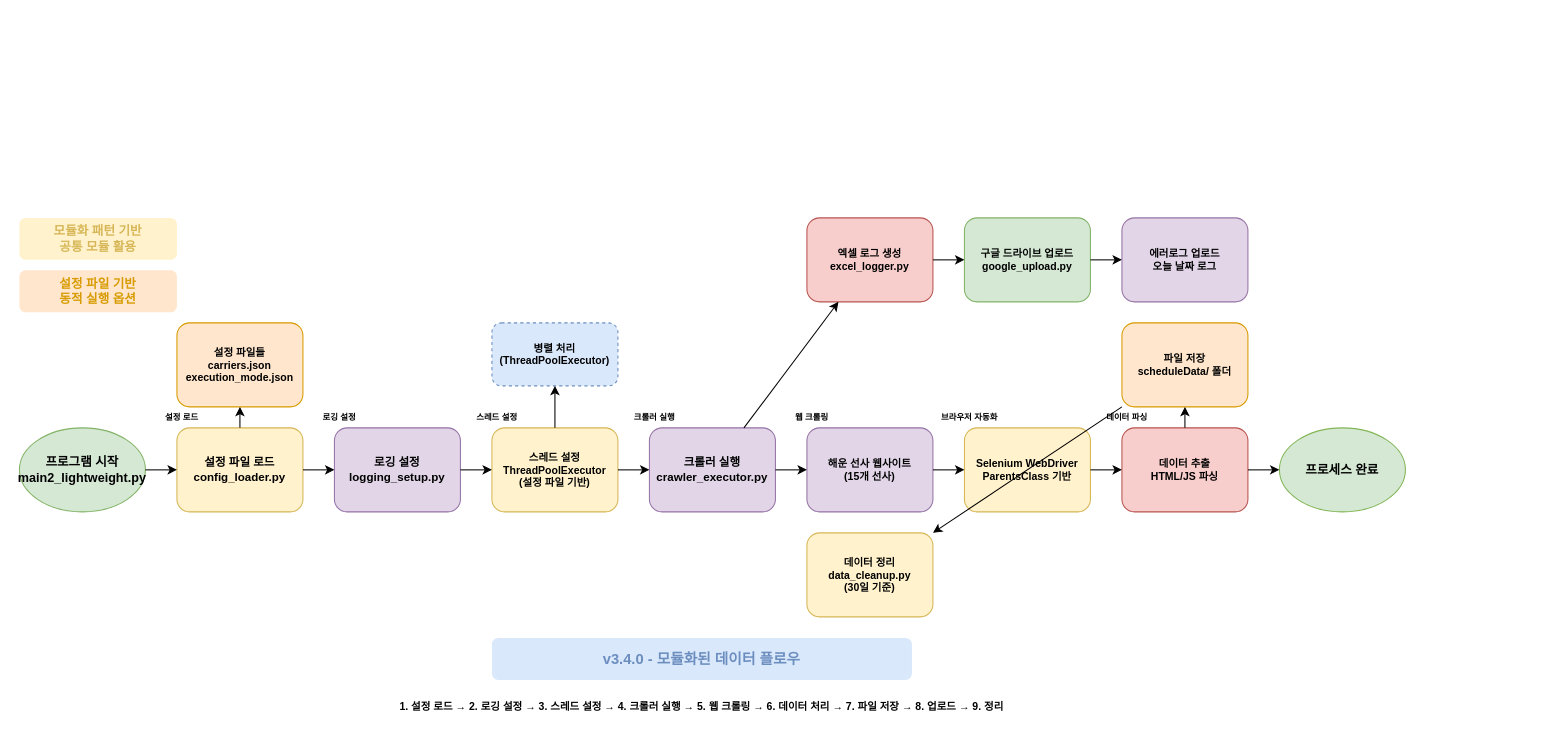
Above: dataFlow.drawio in Binkoon/RPA_Crawling (draw.io), before the change. Source tidied: cells renumbered, new cells numbered last; positions are measured from the earlier drawing's top-left corner, leaving out a move shared by most shapes. Both pictures are drawn from the tidied source at 105%, with x=0, y=0 at pixel (19, 217).
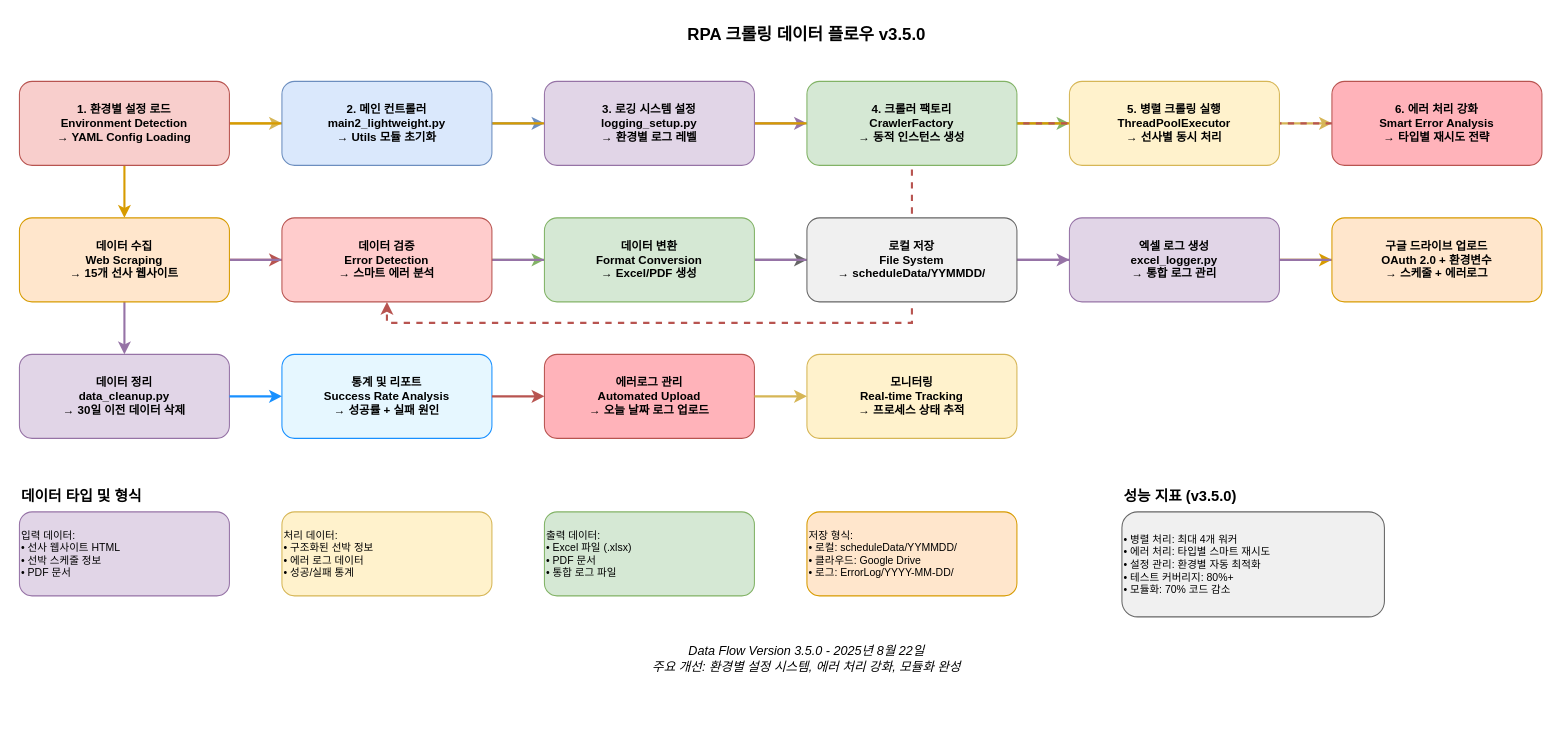
The same diagram, later.

The edit, as a diff of the source:
```diff
@@
-    <mxCell id="2" value="프로그램 시작&#10;main2_lightweight.py" style="ellipse;whiteSpace=wrap;html=1;fillColor=#d5e8d4;strokeColor=#82b366;fontSize=12;fontStyle=1;" parent="1" vertex="1">
-      <mxGeometry y="200" width="120" height="80" as="geometry" />
-    </mxCell>
-    <mxCell id="3" value="설정 파일 로드&#10;config_loader.py" style="rounded=1;whiteSpace=wrap;html=1;fillColor=#fff2cc;strokeColor=#d6b656;fontSize=11;fontStyle=1;" parent="1" vertex="1">
-      <mxGeometry x="150" y="200" width="120" height="80" as="geometry" />
-    </mxCell>
-    <mxCell id="4" value="설정 파일들&#10;carriers.json&#10;execution_mode.json" style="rounded=1;whiteSpace=wrap;html=1;fillColor=#ffe6cc;strokeColor=#d79b00;fontSize=10;fontStyle=1;" parent="1" vertex="1">
-      <mxGeometry x="150" y="100" width="120" height="80" as="geometry" />
-    </mxCell>
-    <mxCell id="5" value="로깅 설정&#10;logging_setup.py" style="rounded=1;whiteSpace=wrap;html=1;fillColor=#e1d5e7;strokeColor=#9673a6;fontSize=11;fontStyle=1;" parent="1" vertex="1">
-      <mxGeometry x="300" y="200" width="120" height="80" as="geometry" />
-    </mxCell>
-    <mxCell id="6" value="스레드 설정&#10;ThreadPoolExecutor&#10;(설정 파일 기반)" style="rounded=1;whiteSpace=wrap;html=1;fillColor=#fff2cc;strokeColor=#d6b656;fontSize=10;fontStyle=1;" parent="1" vertex="1">
-      <mxGeometry x="450" y="200" width="120" height="80" as="geometry" />
-    </mxCell>
-    <mxCell id="7" value="크롤러 실행&#10;crawler_executor.py" style="rounded=1;whiteSpace=wrap;html=1;fillColor=#e1d5e7;strokeColor=#9673a6;fontSize=11;fontStyle=1;" parent="1" vertex="1">
-      <mxGeometry x="600" y="200" width="120" height="80" as="geometry" />
-    </mxCell>
-    <mxCell id="8" value="해운 선사 웹사이트&#10;(15개 선사)" style="rounded=1;whiteSpace=wrap;html=1;fillColor=#e1d5e7;strokeColor=#9673a6;fontSize=10;fontStyle=1;" parent="1" vertex="1">
-      <mxGeometry x="750" y="200" width="120" height="80" as="geometry" />
-    </mxCell>
-    <mxCell id="9" value="Selenium WebDriver&#10;ParentsClass 기반" style="rounded=1;whiteSpace=wrap;html=1;fillColor=#fff2cc;strokeColor=#d6b656;fontSize=10;fontStyle=1;" parent="1" vertex="1">
-      <mxGeometry x="900" y="200" width="120" height="80" as="geometry" />
-    </mxCell>
-    <mxCell id="10" value="데이터 추출&#10;HTML/JS 파싱" style="rounded=1;whiteSpace=wrap;html=1;fillColor=#f8cecc;strokeColor=#b85450;fontSize=10;fontStyle=1;" parent="1" vertex="1">
-      <mxGeometry x="1050" y="200" width="120" height="80" as="geometry" />
-    </mxCell>
-    <mxCell id="11" value="파일 저장&#10;scheduleData/ 폴더" style="rounded=1;whiteSpace=wrap;html=1;fillColor=#ffe6cc;strokeColor=#d79b00;fontSize=10;fontStyle=1;" parent="1" vertex="1">
-      <mxGeometry x="1050" y="100" width="120" height="80" as="geometry" />
-    </mxCell>
+    <mxCell id="44" value="RPA 크롤링 데이터 플로우 v3.5.0" style="text;html=1;strokeColor=none;fillColor=none;align=center;verticalAlign=middle;whiteSpace=wrap;rounded=0;fontSize=16;fontStyle=1;" parent="1" vertex="1">
+      <mxGeometry x="600" y="-190" width="300" height="30" as="geometry" />
+    </mxCell>
+    <mxCell id="15" value="데이터 정리&#10;data_cleanup.py&#10;→ 30일 이전 데이터 삭제" style="rounded=1;whiteSpace=wrap;html=1;fillColor=#e1d5e7;strokeColor=#9673a6;fontSize=11;fontStyle=1;" parent="1" vertex="1">
+      <mxGeometry y="130" width="200" height="80" as="geometry" />
+    </mxCell>
+    <mxCell id="45" value="통계 및 리포트&#10;Success Rate Analysis&#10;→ 성공률 + 실패 원인" style="rounded=1;whiteSpace=wrap;html=1;fillColor=#e6f7ff;strokeColor=#1890ff;fontSize=11;fontStyle=1;" parent="1" vertex="1">
+      <mxGeometry x="250" y="130" width="200" height="80" as="geometry" />
+    </mxCell>
+    <mxCell id="46" value="에러로그 관리&#10;Automated Upload&#10;→ 오늘 날짜 로그 업로드" style="rounded=1;whiteSpace=wrap;html=1;fillColor=#ffb3ba;strokeColor=#b85450;fontSize=11;fontStyle=1;" parent="1" vertex="1">
+      <mxGeometry x="500" y="130" width="200" height="80" as="geometry" />
+    </mxCell>
+    <mxCell id="47" value="모니터링&#10;Real-time Tracking&#10;→ 프로세스 상태 추적" style="rounded=1;whiteSpace=wrap;html=1;fillColor=#fff2cc;strokeColor=#d6b656;fontSize=11;fontStyle=1;" parent="1" vertex="1">
+      <mxGeometry x="750" y="130" width="200" height="80" as="geometry" />
+    </mxCell>
+    <mxCell id="48" style="edgeStyle=orthogonalEdgeStyle;rounded=0;jettySize=auto;html=1;entryX=0;entryY=0.5;entryDx=0;entryDy=0;strokeWidth=2;strokeColor=#d6b656;" parent="1" edge="1" source="70" target="71">
+      <mxGeometry relative="1" as="geometry" />
+    </mxCell>
+    <mxCell id="49" style="edgeStyle=orthogonalEdgeStyle;rounded=0;jettySize=auto;html=1;entryX=0;entryY=0.5;entryDx=0;entryDy=0;strokeWidth=2;strokeColor=#6c8ebf;" parent="1" edge="1" source="71" target="72">
+      <mxGeometry relative="1" as="geometry" />
+    </mxCell>
+    <mxCell id="50" style="edgeStyle=orthogonalEdgeStyle;rounded=0;jettySize=auto;html=1;entryX=0;entryY=0.5;entryDx=0;entryDy=0;strokeWidth=2;strokeColor=#9673a6;" parent="1" edge="1" source="72" target="73">
+      <mxGeometry relative="1" as="geometry" />
+    </mxCell>
+    <mxCell id="51" style="edgeStyle=orthogonalEdgeStyle;rounded=0;jettySize=auto;html=1;entryX=0;entryY=0.5;entryDx=0;entryDy=0;strokeWidth=2;strokeColor=#82b366;" parent="1" edge="1" source="73" target="74">
+      <mxGeometry relative="1" as="geometry" />
+    </mxCell>
+    <mxCell id="52" style="edgeStyle=orthogonalEdgeStyle;rounded=0;jettySize=auto;html=1;entryX=0;entryY=0.5;entryDx=0;entryDy=0;strokeWidth=2;strokeColor=#d6b656;" parent="1" edge="1" source="74" target="75">
+      <mxGeometry relative="1" as="geometry" />
+    </mxCell>
+    <mxCell id="53" style="edgeStyle=orthogonalEdgeStyle;rounded=0;jettySize=auto;html=1;entryX=0.5;entryY=0;entryDx=0;entryDy=0;strokeWidth=2;strokeColor=#d79b00;" parent="1" edge="1" source="74" target="76">
+      <mxGeometry relative="1" as="geometry" />
+    </mxCell>
+    <mxCell id="54" style="edgeStyle=orthogonalEdgeStyle;rounded=0;jettySize=auto;html=1;entryX=0;entryY=0.5;entryDx=0;entryDy=0;strokeWidth=2;strokeColor=#b85450;" parent="1" edge="1" source="76" target="77">
+      <mxGeometry relative="1" as="geometry" />
+    </mxCell>
+    <mxCell id="55" style="edgeStyle=orthogonalEdgeStyle;rounded=0;jettySize=auto;html=1;entryX=0;entryY=0.5;entryDx=0;entryDy=0;strokeWidth=2;strokeColor=#82b366;" parent="1" edge="1" source="77" target="78">
+      <mxGeometry relative="1" as="geometry" />
+    </mxCell>
+    <mxCell id="56" style="edgeStyle=orthogonalEdgeStyle;rounded=0;jettySize=auto;html=1;entryX=0;entryY=0.5;entryDx=0;entryDy=0;strokeWidth=2;strokeColor=#666666;" parent="1" edge="1" source="78" target="79">
+      <mxGeometry relative="1" as="geometry" />
+    </mxCell>
+    <mxCell id="57" style="edgeStyle=orthogonalEdgeStyle;rounded=0;jettySize=auto;html=1;entryX=0;entryY=0.5;entryDx=0;entryDy=0;strokeWidth=2;strokeColor=#9673a6;" parent="1" edge="1" source="79" target="12">
+      <mxGeometry relative="1" as="geometry" />
+    </mxCell>
+    <mxCell id="30" style="edgeStyle=orthogonalEdgeStyle;rounded=0;jettySize=auto;html=1;entryX=0;entryY=0.5;entryDx=0;entryDy=0;strokeWidth=2;strokeColor=#d79b00;" parent="1" edge="1" source="12" target="13">
+      <mxGeometry relative="1" as="geometry" />
+    </mxCell>
+    <mxCell id="58" style="edgeStyle=orthogonalEdgeStyle;rounded=0;jettySize=auto;html=1;entryX=0.5;entryY=0;entryDx=0;entryDy=0;strokeWidth=2;strokeColor=#9673a6;" parent="1" edge="1" source="13" target="15">
+      <mxGeometry relative="1" as="geometry" />
+    </mxCell>
+    <mxCell id="59" style="edgeStyle=orthogonalEdgeStyle;rounded=0;jettySize=auto;html=1;entryX=0;entryY=0.5;entryDx=0;entryDy=0;strokeWidth=2;strokeColor=#1890ff;" parent="1" edge="1" source="15" target="45">
+      <mxGeometry relative="1" as="geometry" />
+    </mxCell>
+    <mxCell id="60" style="edgeStyle=orthogonalEdgeStyle;rounded=0;jettySize=auto;html=1;entryX=0;entryY=0.5;entryDx=0;entryDy=0;strokeWidth=2;strokeColor=#b85450;" parent="1" edge="1" source="45" target="46">
+      <mxGeometry relative="1" as="geometry" />
+    </mxCell>
+    <mxCell id="61" style="edgeStyle=orthogonalEdgeStyle;rounded=0;jettySize=auto;html=1;entryX=0;entryY=0.5;entryDx=0;entryDy=0;strokeWidth=2;strokeColor=#d6b656;" parent="1" edge="1" source="46" target="47">
+      <mxGeometry relative="1" as="geometry" />
+    </mxCell>
+    <mxCell id="62" style="edgeStyle=orthogonalEdgeStyle;rounded=0;jettySize=auto;html=1;entryX=0.5;entryY=1;entryDx=0;entryDy=0;strokeWidth=2;strokeColor=#b85450;dashed=1;" parent="1" edge="1" source="75" target="77">
+      <mxGeometry relative="1" as="geometry" />
+    </mxCell>
+    <mxCell id="63" value="데이터 타입 및 형식" style="text;html=1;strokeColor=none;fillColor=none;align=left;verticalAlign=middle;whiteSpace=wrap;rounded=0;fontSize=14;fontStyle=1;" parent="1" vertex="1">
+      <mxGeometry y="250" width="200" height="30" as="geometry" />
+    </mxCell>
+    <mxCell id="64" value="입력 데이터:&#10;• 선사 웹사이트 HTML&#10;• 선박 스케줄 정보&#10;• PDF 문서" style="rounded=1;whiteSpace=wrap;html=1;fillColor=#e1d5e7;strokeColor=#9673a6;fontSize=10;align=left;" parent="1" vertex="1">
+      <mxGeometry y="280" width="200" height="80" as="geometry" />
+    </mxCell>
+    <mxCell id="65" value="처리 데이터:&#10;• 구조화된 선박 정보&#10;• 에러 로그 데이터&#10;• 성공/실패 통계" style="rounded=1;whiteSpace=wrap;html=1;fillColor=#fff2cc;strokeColor=#d6b656;fontSize=10;align=left;" parent="1" vertex="1">
+      <mxGeometry x="250" y="280" width="200" height="80" as="geometry" />
+    </mxCell>
+    <mxCell id="66" value="출력 데이터:&#10;• Excel 파일 (.xlsx)&#10;• PDF 문서&#10;• 통합 로그 파일" style="rounded=1;whiteSpace=wrap;html=1;fillColor=#d5e8d4;strokeColor=#82b366;fontSize=10;align=left;" parent="1" vertex="1">
+      <mxGeometry x="500" y="280" width="200" height="80" as="geometry" />
+    </mxCell>
+    <mxCell id="67" value="저장 형식:&#10;• 로컬: scheduleData/YYMMDD/&#10;• 클라우드: Google Drive&#10;• 로그: ErrorLog/YYYY-MM-DD/" style="rounded=1;whiteSpace=wrap;html=1;fillColor=#ffe6cc;strokeColor=#d79b00;fontSize=10;align=left;" parent="1" vertex="1">
+      <mxGeometry x="750" y="280" width="200" height="80" as="geometry" />
+    </mxCell>
+    <mxCell id="68" value="성능 지표 (v3.5.0)" style="text;html=1;strokeColor=none;fillColor=none;align=left;verticalAlign=middle;whiteSpace=wrap;rounded=0;fontSize=14;fontStyle=1;" parent="1" vertex="1">
+      <mxGeometry x="1050" y="250" width="200" height="30" as="geometry" />
+    </mxCell>
+    <mxCell id="69" value="• 병렬 처리: 최대 4개 워커&#10;• 에러 처리: 타입별 스마트 재시도&#10;• 설정 관리: 환경별 자동 최적화&#10;• 테스트 커버리지: 80%+&#10;• 모듈화: 70% 코드 감소" style="rounded=1;whiteSpace=wrap;html=1;fillColor=#f0f0f0;strokeColor=#666666;fontSize=10;align=left;" parent="1" vertex="1">
+      <mxGeometry x="1050" y="280" width="250" height="100" as="geometry" />
+    </mxCell>
+    <mxCell id="42" value="Data Flow Version 3.5.0 - 2025년 8월 22일&#10;주요 개선: 환경별 설정 시스템, 에러 처리 강화, 모듈화 완성" style="text;html=1;strokeColor=none;fillColor=none;align=center;verticalAlign=middle;whiteSpace=wrap;rounded=0;fontSize=12;fontStyle=2;" parent="1" vertex="1">
+      <mxGeometry x="550" y="400" width="400" height="40" as="geometry" />
+    </mxCell>
+    <mxCell id="70" value="1. 환경별 설정 로드&#10;Environment Detection&#10;→ YAML Config Loading" style="rounded=1;whiteSpace=wrap;html=1;fillColor=#f8cecc;strokeColor=#b85450;fontSize=11;fontStyle=1;" parent="1" vertex="1">
+      <mxGeometry y="-130" width="200" height="80" as="geometry" />
+    </mxCell>
+    <mxCell id="71" value="2. 메인 컨트롤러&#10;main2_lightweight.py&#10;→ Utils 모듈 초기화" style="rounded=1;whiteSpace=wrap;html=1;fillColor=#dae8fc;strokeColor=#6c8ebf;fontSize=11;fontStyle=1;" parent="1" vertex="1">
+      <mxGeometry x="250" y="-130" width="200" height="80" as="geometry" />
+    </mxCell>
+    <mxCell id="72" value="3. 로깅 시스템 설정&#10;logging_setup.py&#10;→ 환경별 로그 레벨" style="rounded=1;whiteSpace=wrap;html=1;fillColor=#e1d5e7;strokeColor=#9673a6;fontSize=11;fontStyle=1;" parent="1" vertex="1">
+      <mxGeometry x="500" y="-130" width="200" height="80" as="geometry" />
+    </mxCell>
+    <mxCell id="73" value="4. 크롤러 팩토리&#10;CrawlerFactory&#10;→ 동적 인스턴스 생성" style="rounded=1;whiteSpace=wrap;html=1;fillColor=#d5e8d4;strokeColor=#82b366;fontSize=11;fontStyle=1;" parent="1" vertex="1">
+      <mxGeometry x="750" y="-130" width="200" height="80" as="geometry" />
+    </mxCell>
+    <mxCell id="74" value="5. 병렬 크롤링 실행&#10;ThreadPoolExecutor&#10;→ 선사별 동시 처리" style="rounded=1;whiteSpace=wrap;html=1;fillColor=#fff2cc;strokeColor=#d6b656;fontSize=11;fontStyle=1;" parent="1" vertex="1">
+      <mxGeometry x="1000" y="-130" width="200" height="80" as="geometry" />
+    </mxCell>
+    <mxCell id="75" value="6. 에러 처리 강화&#10;Smart Error Analysis&#10;→ 타입별 재시도 전략" style="rounded=1;whiteSpace=wrap;html=1;fillColor=#ffb3ba;strokeColor=#b85450;fontSize=11;fontStyle=1;" parent="1" vertex="1">
+      <mxGeometry x="1250" y="-130" width="200" height="80" as="geometry" />
+    </mxCell>
+    <mxCell id="76" value="데이터 수집&#10;Web Scraping&#10;→ 15개 선사 웹사이트" style="rounded=1;whiteSpace=wrap;html=1;fillColor=#ffe6cc;strokeColor=#d79b00;fontSize=11;fontStyle=1;" parent="1" vertex="1">
+      <mxGeometry width="200" height="80" as="geometry" />
+    </mxCell>
+    <mxCell id="77" value="데이터 검증&#10;Error Detection&#10;→ 스마트 에러 분석" style="rounded=1;whiteSpace=wrap;html=1;fillColor=#ffcccc;strokeColor=#b85450;fontSize=11;fontStyle=1;" parent="1" vertex="1">
+      <mxGeometry x="250" width="200" height="80" as="geometry" />
+    </mxCell>
+    <mxCell id="78" value="데이터 변환&#10;Format Conversion&#10;→ Excel/PDF 생성" style="rounded=1;whiteSpace=wrap;html=1;fillColor=#d5e8d4;strokeColor=#82b366;fontSize=11;fontStyle=1;" parent="1" vertex="1">
+      <mxGeometry x="500" width="200" height="80" as="geometry" />
+    </mxCell>
+    <mxCell id="79" value="로컬 저장&#10;File System&#10;→ scheduleData/YYMMDD/" style="rounded=1;whiteSpace=wrap;html=1;fillColor=#f0f0f0;strokeColor=#666666;fontSize=11;fontStyle=1;" parent="1" vertex="1">
+      <mxGeometry x="750" width="200" height="80" as="geometry" />
+    </mxCell>
-    <mxCell id="12" value="엑셀 로그 생성&#10;excel_logger.py" style="rounded=1;whiteSpace=wrap;html=1;fillColor=#f8cecc;strokeColor=#b85450;fontSize=10;fontStyle=1;" parent="1" vertex="1">
-      <mxGeometry x="750" width="120" height="80" as="geometry" />
+    <mxCell id="12" value="엑셀 로그 생성&#10;excel_logger.py&#10;→ 통합 로그 관리" style="rounded=1;whiteSpace=wrap;html=1;fillColor=#e1d5e7;strokeColor=#9673a6;fontSize=11;fontStyle=1;" parent="1" vertex="1">
+      <mxGeometry x="1000" width="200" height="80" as="geometry" />
     </mxCell>
-    <mxCell id="13" value="구글 드라이브 업로드&#10;google_upload.py" style="rounded=1;whiteSpace=wrap;html=1;fillColor=#d5e8d4;strokeColor=#82b366;fontSize=10;fontStyle=1;" parent="1" vertex="1">
-      <mxGeometry x="900" width="120" height="80" as="geometry" />
+    <mxCell id="13" value="구글 드라이브 업로드&#10;OAuth 2.0 + 환경변수&#10;→ 스케줄 + 에러로그" style="rounded=1;whiteSpace=wrap;html=1;fillColor=#ffe6cc;strokeColor=#d79b00;fontSize=11;fontStyle=1;" parent="1" vertex="1">
+      <mxGeometry x="1250" width="200" height="80" as="geometry" />
     </mxCell>
-    <mxCell id="14" value="에러로그 업로드&#10;오늘 날짜 로그" style="rounded=1;whiteSpace=wrap;html=1;fillColor=#e1d5e7;strokeColor=#9673a6;fontSize=10;fontStyle=1;" parent="1" vertex="1">
-      <mxGeometry x="1050" width="120" height="80" as="geometry" />
-    </mxCell>
-    <mxCell id="15" value="데이터 정리&#10;data_cleanup.py&#10;(30일 기준)" style="rounded=1;whiteSpace=wrap;html=1;fillColor=#fff2cc;strokeColor=#d6b656;fontSize=10;fontStyle=1;" parent="1" vertex="1">
-      <mxGeometry x="750" y="300" width="120" height="80" as="geometry" />
-    </mxCell>
-    <mxCell id="16" value="프로세스 완료" style="ellipse;whiteSpace=wrap;html=1;fillColor=#d5e8d4;strokeColor=#82b656;fontSize=12;fontStyle=1;" parent="1" vertex="1">
-      <mxGeometry x="1200" y="200" width="120" height="80" as="geometry" />
-    </mxCell>
-    <mxCell id="17" value="병렬 처리&#10;(ThreadPoolExecutor)" style="rounded=1;whiteSpace=wrap;html=1;fillColor=#dae8fc;strokeColor=#6c8ebf;fontSize=10;fontStyle=1;dashed=1;" parent="1" vertex="1">
-      <mxGeometry x="450" y="100" width="120" height="60" as="geometry" />
-    </mxCell>
-    <mxCell id="18" parent="1" edge="1" source="2" target="3">
-      <mxGeometry relative="1" as="geometry" />
-    </mxCell>
-    <mxCell id="19" parent="1" edge="1" source="3" target="5">
-      <mxGeometry relative="1" as="geometry" />
-    </mxCell>
-    <mxCell id="20" parent="1" edge="1" source="5" target="6">
-      <mxGeometry relative="1" as="geometry" />
-    </mxCell>
-    <mxCell id="21" parent="1" edge="1" source="6" target="7">
-      <mxGeometry relative="1" as="geometry" />
-    </mxCell>
-    <mxCell id="22" parent="1" edge="1" source="7" target="8">
-      <mxGeometry relative="1" as="geometry" />
-    </mxCell>
-    <mxCell id="23" parent="1" edge="1" source="8" target="9">
-      <mxGeometry relative="1" as="geometry" />
-    </mxCell>
-    <mxCell id="24" parent="1" edge="1" source="9" target="10">
-      <mxGeometry relative="1" as="geometry" />
-    </mxCell>
-    <mxCell id="25" parent="1" edge="1" source="10" target="11">
-      <mxGeometry relative="1" as="geometry" />
-    </mxCell>
-    <mxCell id="26" parent="1" edge="1" source="10" target="16">
-      <mxGeometry relative="1" as="geometry" />
-    </mxCell>
-    <mxCell id="27" parent="1" edge="1" source="3" target="4">
-      <mxGeometry relative="1" as="geometry" />
-    </mxCell>
-    <mxCell id="28" parent="1" edge="1" source="6" target="17">
-      <mxGeometry relative="1" as="geometry" />
-    </mxCell>
-    <mxCell id="29" parent="1" edge="1" source="7" target="12">
-      <mxGeometry relative="1" as="geometry" />
-    </mxCell>
-    <mxCell id="30" parent="1" edge="1" source="12" target="13">
-      <mxGeometry relative="1" as="geometry" />
-    </mxCell>
-    <mxCell id="31" parent="1" edge="1" source="13" target="14">
-      <mxGeometry relative="1" as="geometry" />
-    </mxCell>
-    <mxCell id="32" parent="1" edge="1" source="11" target="15">
-      <mxGeometry relative="1" as="geometry" />
-    </mxCell>
-    <mxCell id="33" value="설정 로드" style="text;html=1;strokeColor=none;fillColor=none;align=center;verticalAlign=middle;whiteSpace=wrap;rounded=0;fontSize=8;fontStyle=1;" parent="1" vertex="1">
-      <mxGeometry x="125" y="180" width="60" height="20" as="geometry" />
-    </mxCell>
-    <mxCell id="34" value="로깅 설정" style="text;html=1;strokeColor=none;fillColor=none;align=center;verticalAlign=middle;whiteSpace=wrap;rounded=0;fontSize=8;fontStyle=1;" parent="1" vertex="1">
-      <mxGeometry x="275" y="180" width="60" height="20" as="geometry" />
-    </mxCell>
-    <mxCell id="35" value="스레드 설정" style="text;html=1;strokeColor=none;fillColor=none;align=center;verticalAlign=middle;whiteSpace=wrap;rounded=0;fontSize=8;fontStyle=1;" parent="1" vertex="1">
-      <mxGeometry x="425" y="180" width="60" height="20" as="geometry" />
-    </mxCell>
-    <mxCell id="36" value="크롤러 실행" style="text;html=1;strokeColor=none;fillColor=none;align=center;verticalAlign=middle;whiteSpace=wrap;rounded=0;fontSize=8;fontStyle=1;" parent="1" vertex="1">
-      <mxGeometry x="575" y="180" width="60" height="20" as="geometry" />
-    </mxCell>
-    <mxCell id="37" value="웹 크롤링" style="text;html=1;strokeColor=none;fillColor=none;align=center;verticalAlign=middle;whiteSpace=wrap;rounded=0;fontSize=8;fontStyle=1;" parent="1" vertex="1">
-      <mxGeometry x="725" y="180" width="60" height="20" as="geometry" />
-    </mxCell>
-    <mxCell id="38" value="브라우저 자동화" style="text;html=1;strokeColor=none;fillColor=none;align=center;verticalAlign=middle;whiteSpace=wrap;rounded=0;fontSize=8;fontStyle=1;" parent="1" vertex="1">
-      <mxGeometry x="875" y="180" width="60" height="20" as="geometry" />
-    </mxCell>
-    <mxCell id="39" value="데이터 파싱" style="text;html=1;strokeColor=none;fillColor=none;align=center;verticalAlign=middle;whiteSpace=wrap;rounded=0;fontSize=8;fontStyle=1;" parent="1" vertex="1">
-      <mxGeometry x="1025" y="180" width="60" height="20" as="geometry" />
-    </mxCell>
-    <mxCell id="40" value="모듈화 패턴 기반&#10;공통 모듈 활용" style="text;html=1;strokeColor=none;fillColor=#fff2cc;align=center;verticalAlign=middle;whiteSpace=wrap;rounded=1;fontSize=12;fontStyle=1;fontColor=#d6b656;" parent="1" vertex="1">
-      <mxGeometry width="150" height="40" as="geometry" />
-    </mxCell>
-    <mxCell id="41" value="설정 파일 기반&#10;동적 실행 옵션" style="text;html=1;strokeColor=none;fillColor=#ffe6cc;align=center;verticalAlign=middle;whiteSpace=wrap;rounded=1;fontSize=12;fontStyle=1;fontColor=#d79b00;" parent="1" vertex="1">
-      <mxGeometry y="50" width="150" height="40" as="geometry" />
-    </mxCell>
-    <mxCell id="42" value="v3.4.0 - 모듈화된 데이터 플로우" style="text;html=1;strokeColor=none;fillColor=#dae8fc;align=center;verticalAlign=middle;whiteSpace=wrap;rounded=1;fontSize=14;fontStyle=1;fontColor=#6c8ebf;" parent="1" vertex="1">
-      <mxGeometry x="450" y="400" width="400" height="40" as="geometry" />
-    </mxCell>
-    <mxCell id="43" value="1. 설정 로드 → 2. 로깅 설정 → 3. 스레드 설정 → 4. 크롤러 실행 → 5. 웹 크롤링 → 6. 데이터 처리 → 7. 파일 저장 → 8. 업로드 → 9. 정리" style="text;html=1;strokeColor=none;fillColor=none;align=center;verticalAlign=middle;whiteSpace=wrap;rounded=0;fontSize=10;fontStyle=1;" parent="1" vertex="1">
-      <mxGeometry x="150" y="450" width="1000" height="30" as="geometry" />
-    </mxCell>
```
